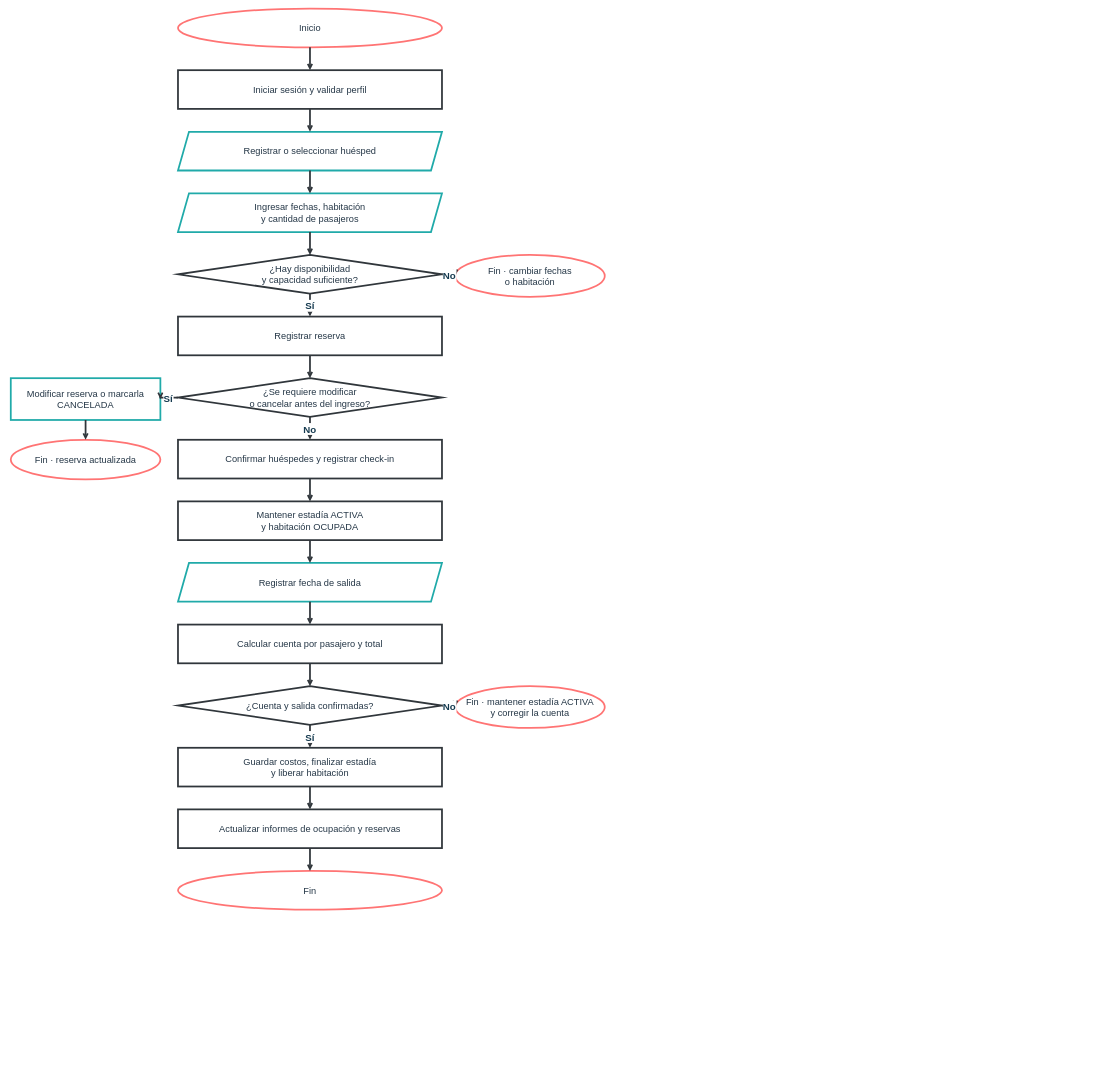
The draw.io diagram diagramas-editables/proceso-completo.drawio in Yutre3/hotel-duerme-bien, before the edit. Source tidied: cells renumbered, new cells numbered last; positions are measured from the earlier drawing's top-left corner, leaving out a move shared by most shapes. Both pictures are drawn from the tidied source at 44%, with x=0, y=0 at pixel (11, 8).
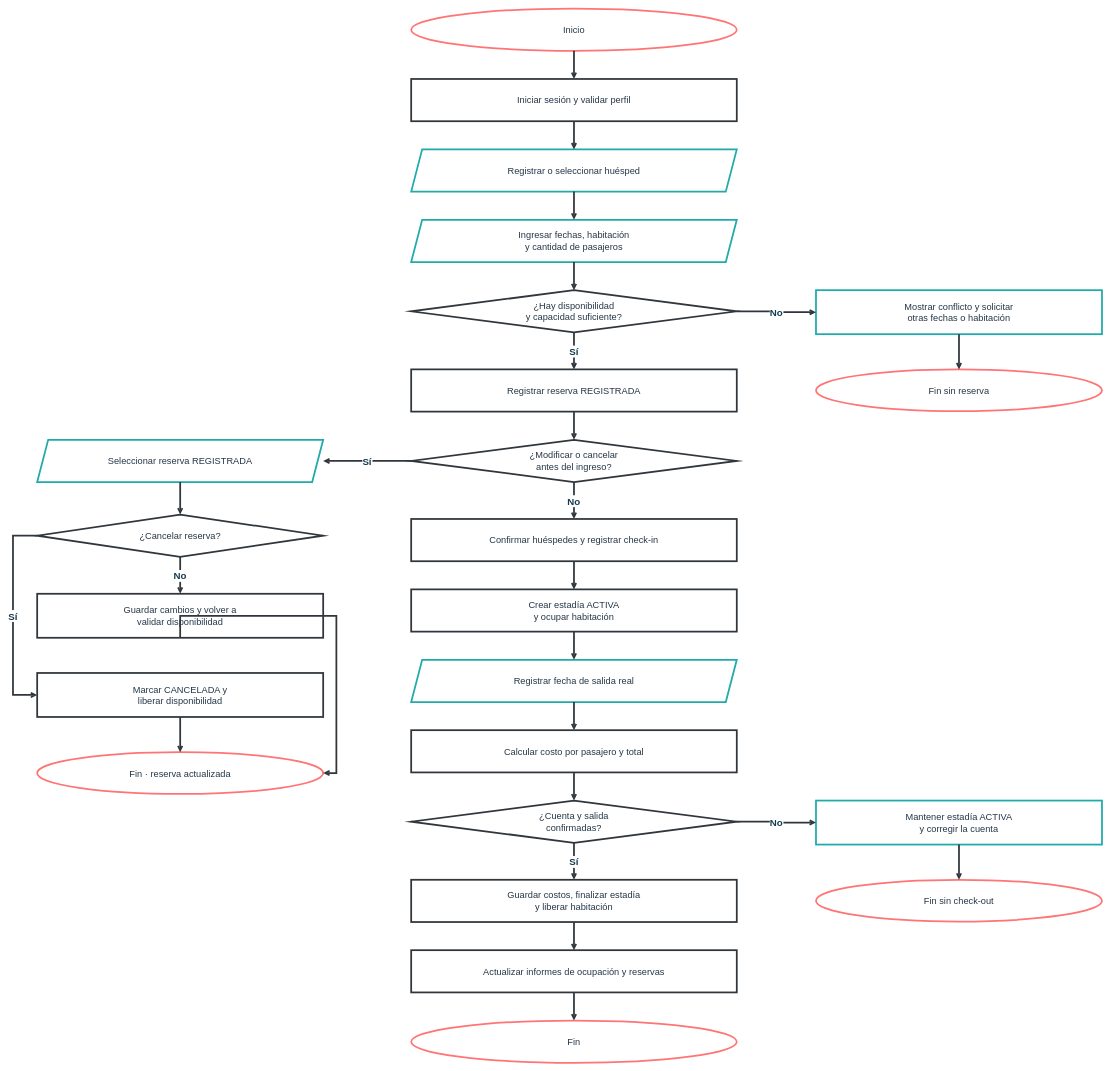
The same diagram, later.

The edit, as a diff of the source:
```diff
@@
     <mxCell id="2" value="Inicio" style="ellipse;html=0;whiteSpace=wrap;strokeColor=#ff7474;strokeWidth=4;fillColor=#ffffff;fontColor=#253747;fontSize=21;" parent="1" vertex="1">
-      <mxGeometry x="380" width="600" height="88" as="geometry" />
+      <mxGeometry x="910" width="740" height="96" as="geometry" />
     </mxCell>
     <mxCell id="3" value="Iniciar sesión y validar perfil" style="rounded=0;html=0;whiteSpace=wrap;strokeColor=#30363b;strokeWidth=4;fillColor=#ffffff;fontColor=#253747;fontSize=21;" parent="1" vertex="1">
-      <mxGeometry x="380" y="140" width="600" height="88" as="geometry" />
+      <mxGeometry x="910" y="160" width="740" height="96" as="geometry" />
     </mxCell>
     <mxCell id="4" value="Registrar o seleccionar huésped" style="shape=parallelogram;fixedSize=1;size=25;html=0;whiteSpace=wrap;strokeColor=#20aaa9;strokeWidth=4;fillColor=#ffffff;fontColor=#253747;fontSize=21;" parent="1" vertex="1">
-      <mxGeometry x="380" y="280" width="600" height="88" as="geometry" />
+      <mxGeometry x="910" y="320" width="740" height="96" as="geometry" />
     </mxCell>
     <mxCell id="5" value="Ingresar fechas, habitación&#10;y cantidad de pasajeros" style="shape=parallelogram;fixedSize=1;size=25;html=0;whiteSpace=wrap;strokeColor=#20aaa9;strokeWidth=4;fillColor=#ffffff;fontColor=#253747;fontSize=21;" parent="1" vertex="1">
-      <mxGeometry x="380" y="420" width="600" height="88" as="geometry" />
+      <mxGeometry x="910" y="480" width="740" height="96" as="geometry" />
     </mxCell>
     <mxCell id="6" value="¿Hay disponibilidad&#10;y capacidad suficiente?" style="rhombus;html=0;whiteSpace=wrap;strokeColor=#30363b;strokeWidth=4;fillColor=#ffffff;fontColor=#253747;fontSize=21;" parent="1" vertex="1">
-      <mxGeometry x="380" y="560" width="600" height="88" as="geometry" />
+      <mxGeometry x="910" y="640" width="740" height="96" as="geometry" />
     </mxCell>
-    <mxCell id="7" value="Registrar reserva" style="rounded=0;html=0;whiteSpace=wrap;strokeColor=#30363b;strokeWidth=4;fillColor=#ffffff;fontColor=#253747;fontSize=21;" parent="1" vertex="1">
-      <mxGeometry x="380" y="700" width="600" height="88" as="geometry" />
+    <mxCell id="7" value="Registrar reserva REGISTRADA" style="rounded=0;html=0;whiteSpace=wrap;strokeColor=#30363b;strokeWidth=4;fillColor=#ffffff;fontColor=#253747;fontSize=21;" parent="1" vertex="1">
+      <mxGeometry x="910" y="820" width="740" height="96" as="geometry" />
     </mxCell>
-    <mxCell id="8" value="¿Se requiere modificar&#10;o cancelar antes del ingreso?" style="rhombus;html=0;whiteSpace=wrap;strokeColor=#30363b;strokeWidth=4;fillColor=#ffffff;fontColor=#253747;fontSize=21;" parent="1" vertex="1">
-      <mxGeometry x="380" y="840" width="600" height="88" as="geometry" />
+    <mxCell id="8" value="¿Modificar o cancelar&#10;antes del ingreso?" style="rhombus;html=0;whiteSpace=wrap;strokeColor=#30363b;strokeWidth=4;fillColor=#ffffff;fontColor=#253747;fontSize=21;" parent="1" vertex="1">
+      <mxGeometry x="910" y="980" width="740" height="96" as="geometry" />
     </mxCell>
     <mxCell id="9" value="Confirmar huéspedes y registrar check-in" style="rounded=0;html=0;whiteSpace=wrap;strokeColor=#30363b;strokeWidth=4;fillColor=#ffffff;fontColor=#253747;fontSize=21;" parent="1" vertex="1">
-      <mxGeometry x="380" y="980" width="600" height="88" as="geometry" />
+      <mxGeometry x="910" y="1160" width="740" height="96" as="geometry" />
     </mxCell>
-    <mxCell id="10" value="Mantener estadía ACTIVA&#10;y habitación OCUPADA" style="rounded=0;html=0;whiteSpace=wrap;strokeColor=#30363b;strokeWidth=4;fillColor=#ffffff;fontColor=#253747;fontSize=21;" parent="1" vertex="1">
-      <mxGeometry x="380" y="1120" width="600" height="88" as="geometry" />
+    <mxCell id="10" value="Crear estadía ACTIVA&#10;y ocupar habitación" style="rounded=0;html=0;whiteSpace=wrap;strokeColor=#30363b;strokeWidth=4;fillColor=#ffffff;fontColor=#253747;fontSize=21;" parent="1" vertex="1">
+      <mxGeometry x="910" y="1320" width="740" height="96" as="geometry" />
     </mxCell>
-    <mxCell id="11" value="Registrar fecha de salida" style="shape=parallelogram;fixedSize=1;size=25;html=0;whiteSpace=wrap;strokeColor=#20aaa9;strokeWidth=4;fillColor=#ffffff;fontColor=#253747;fontSize=21;" parent="1" vertex="1">
-      <mxGeometry x="380" y="1260" width="600" height="88" as="geometry" />
+    <mxCell id="11" value="Registrar fecha de salida real" style="shape=parallelogram;fixedSize=1;size=25;html=0;whiteSpace=wrap;strokeColor=#20aaa9;strokeWidth=4;fillColor=#ffffff;fontColor=#253747;fontSize=21;" parent="1" vertex="1">
+      <mxGeometry x="910" y="1480" width="740" height="96" as="geometry" />
     </mxCell>
-    <mxCell id="12" value="Calcular cuenta por pasajero y total" style="rounded=0;html=0;whiteSpace=wrap;strokeColor=#30363b;strokeWidth=4;fillColor=#ffffff;fontColor=#253747;fontSize=21;" parent="1" vertex="1">
-      <mxGeometry x="380" y="1400" width="600" height="88" as="geometry" />
+    <mxCell id="12" value="Calcular costo por pasajero y total" style="rounded=0;html=0;whiteSpace=wrap;strokeColor=#30363b;strokeWidth=4;fillColor=#ffffff;fontColor=#253747;fontSize=21;" parent="1" vertex="1">
+      <mxGeometry x="910" y="1640" width="740" height="96" as="geometry" />
     </mxCell>
-    <mxCell id="13" value="¿Cuenta y salida confirmadas?" style="rhombus;html=0;whiteSpace=wrap;strokeColor=#30363b;strokeWidth=4;fillColor=#ffffff;fontColor=#253747;fontSize=21;" parent="1" vertex="1">
-      <mxGeometry x="380" y="1540" width="600" height="88" as="geometry" />
+    <mxCell id="13" value="¿Cuenta y salida&#10;confirmadas?" style="rhombus;html=0;whiteSpace=wrap;strokeColor=#30363b;strokeWidth=4;fillColor=#ffffff;fontColor=#253747;fontSize=21;" parent="1" vertex="1">
+      <mxGeometry x="910" y="1800" width="740" height="96" as="geometry" />
     </mxCell>
     <mxCell id="14" value="Guardar costos, finalizar estadía&#10;y liberar habitación" style="rounded=0;html=0;whiteSpace=wrap;strokeColor=#30363b;strokeWidth=4;fillColor=#ffffff;fontColor=#253747;fontSize=21;" parent="1" vertex="1">
-      <mxGeometry x="380" y="1680" width="600" height="88" as="geometry" />
+      <mxGeometry x="910" y="1980" width="740" height="96" as="geometry" />
     </mxCell>
     <mxCell id="15" value="Actualizar informes de ocupación y reservas" style="rounded=0;html=0;whiteSpace=wrap;strokeColor=#30363b;strokeWidth=4;fillColor=#ffffff;fontColor=#253747;fontSize=21;" parent="1" vertex="1">
-      <mxGeometry x="380" y="1820" width="600" height="88" as="geometry" />
+      <mxGeometry x="910" y="2140" width="740" height="96" as="geometry" />
     </mxCell>
     <mxCell id="16" value="Fin" style="ellipse;html=0;whiteSpace=wrap;strokeColor=#ff7474;strokeWidth=4;fillColor=#ffffff;fontColor=#253747;fontSize=21;" parent="1" vertex="1">
-      <mxGeometry x="380" y="1960" width="600" height="88" as="geometry" />
+      <mxGeometry x="910" y="2300" width="740" height="96" as="geometry" />
     </mxCell>
-    <mxCell id="17" value="Fin · cambiar fechas&#10;o habitación" style="ellipse;html=0;whiteSpace=wrap;strokeColor=#ff7474;strokeWidth=4;fillColor=#ffffff;fontColor=#253747;fontSize=21;" parent="1" vertex="1">
-      <mxGeometry x="1010" y="560" width="340" height="95" as="geometry" />
-    </mxCell>
+    <mxCell id="39" value="Mostrar conflicto y solicitar&#10;otras fechas o habitación" style="rounded=0;html=0;whiteSpace=wrap;strokeColor=#20aaa9;strokeWidth=4;fillColor=#ffffff;fontColor=#253747;fontSize=21;" parent="1" vertex="1">
+      <mxGeometry x="1830" y="640" width="650" height="100" as="geometry" />
+    </mxCell>
+    <mxCell id="40" value="Fin sin reserva" style="ellipse;html=0;whiteSpace=wrap;strokeColor=#ff7474;strokeWidth=4;fillColor=#ffffff;fontColor=#253747;fontSize=21;" parent="1" vertex="1">
+      <mxGeometry x="1830" y="820" width="650" height="95" as="geometry" />
+    </mxCell>
-    <mxCell id="18" value="Modificar reserva o marcarla&#10;CANCELADA" style="rounded=0;html=0;whiteSpace=wrap;strokeColor=#20aaa9;strokeWidth=4;fillColor=#ffffff;fontColor=#253747;fontSize=21;" parent="1" vertex="1">
-      <mxGeometry y="840" width="340" height="95" as="geometry" />
+    <mxCell id="18" value="Seleccionar reserva REGISTRADA" style="shape=parallelogram;fixedSize=1;size=25;html=0;whiteSpace=wrap;strokeColor=#20aaa9;strokeWidth=4;fillColor=#ffffff;fontColor=#253747;fontSize=21;" parent="1" vertex="1">
+      <mxGeometry x="60" y="980" width="650" height="96" as="geometry" />
     </mxCell>
+    <mxCell id="41" value="¿Cancelar reserva?" style="rhombus;html=0;whiteSpace=wrap;strokeColor=#30363b;strokeWidth=4;fillColor=#ffffff;fontColor=#253747;fontSize=21;" parent="1" vertex="1">
+      <mxGeometry x="60" y="1150" width="650" height="96" as="geometry" />
+    </mxCell>
+    <mxCell id="42" value="Guardar cambios y volver a&#10;validar disponibilidad" style="rounded=0;html=0;whiteSpace=wrap;strokeColor=#30363b;strokeWidth=4;fillColor=#ffffff;fontColor=#253747;fontSize=21;" parent="1" vertex="1">
+      <mxGeometry x="60" y="1330" width="650" height="100" as="geometry" />
+    </mxCell>
+    <mxCell id="43" value="Marcar CANCELADA y&#10;liberar disponibilidad" style="rounded=0;html=0;whiteSpace=wrap;strokeColor=#30363b;strokeWidth=4;fillColor=#ffffff;fontColor=#253747;fontSize=21;" parent="1" vertex="1">
+      <mxGeometry x="60" y="1510" width="650" height="100" as="geometry" />
+    </mxCell>
     <mxCell id="19" value="Fin · reserva actualizada" style="ellipse;html=0;whiteSpace=wrap;strokeColor=#ff7474;strokeWidth=4;fillColor=#ffffff;fontColor=#253747;fontSize=21;" parent="1" vertex="1">
-      <mxGeometry y="980" width="340" height="90" as="geometry" />
+      <mxGeometry x="60" y="1690" width="650" height="95" as="geometry" />
     </mxCell>
-    <mxCell id="20" value="Fin · mantener estadía ACTIVA&#10;y corregir la cuenta" style="ellipse;html=0;whiteSpace=wrap;strokeColor=#ff7474;strokeWidth=4;fillColor=#ffffff;fontColor=#253747;fontSize=21;" parent="1" vertex="1">
-      <mxGeometry x="1010" y="1540" width="340" height="95" as="geometry" />
-    </mxCell>
+    <mxCell id="44" value="Mantener estadía ACTIVA&#10;y corregir la cuenta" style="rounded=0;html=0;whiteSpace=wrap;strokeColor=#20aaa9;strokeWidth=4;fillColor=#ffffff;fontColor=#253747;fontSize=21;" parent="1" vertex="1">
+      <mxGeometry x="1830" y="1800" width="650" height="100" as="geometry" />
+    </mxCell>
+    <mxCell id="45" value="Fin sin check-out" style="ellipse;html=0;whiteSpace=wrap;strokeColor=#ff7474;strokeWidth=4;fillColor=#ffffff;fontColor=#253747;fontSize=21;" parent="1" vertex="1">
+      <mxGeometry x="1830" y="1980" width="650" height="95" as="geometry" />
+    </mxCell>
@@
-    <mxCell id="35" value="No" style="html=0;edgeStyle=orthogonalEdgeStyle;jettySize=32;rounded=0;strokeWidth=4;strokeColor=#30363b;fontSize=22;fontStyle=1;fontColor=#163b50;labelBackgroundColor=#ffffff;endArrow=open;endFill=0;startArrow=none;startFill=0;exitX=1;exitY=0.5;exitPerimeter=0;entryX=0;entryY=0.5;entryPerimeter=0;" parent="1" edge="1" source="6" target="17">
+    <mxCell id="35" value="No" style="html=0;edgeStyle=orthogonalEdgeStyle;jettySize=32;rounded=0;strokeWidth=4;strokeColor=#30363b;fontSize=22;fontStyle=1;fontColor=#163b50;labelBackgroundColor=#ffffff;endArrow=open;endFill=0;startArrow=none;startFill=0;exitX=1;exitY=0.5;exitPerimeter=0;entryX=0;entryY=0.5;entryPerimeter=0;" parent="1" edge="1" source="6" target="39">
       <mxGeometry relative="1" as="geometry" />
     </mxCell>
-    <mxCell id="36" value="Sí" style="html=0;edgeStyle=orthogonalEdgeStyle;jettySize=32;rounded=0;strokeWidth=4;strokeColor=#30363b;fontSize=22;fontStyle=1;fontColor=#163b50;labelBackgroundColor=#ffffff;endArrow=open;endFill=0;startArrow=none;startFill=0;exitX=0;exitY=0.5;exitPerimeter=0;entryX=1;entryY=0.5;entryPerimeter=0;" parent="1" edge="1" source="8" target="18">
+    <mxCell id="36" style="html=0;edgeStyle=orthogonalEdgeStyle;jettySize=32;rounded=0;strokeWidth=4;strokeColor=#30363b;fontSize=22;fontStyle=1;fontColor=#163b50;labelBackgroundColor=#ffffff;endArrow=open;endFill=0;startArrow=none;startFill=0;exitX=0.5;exitY=1;exitPerimeter=0;entryX=0.5;entryY=0;entryPerimeter=0;" parent="1" edge="1" source="39" target="40">
       <mxGeometry relative="1" as="geometry" />
     </mxCell>
-    <mxCell id="37" style="html=0;edgeStyle=orthogonalEdgeStyle;jettySize=32;rounded=0;strokeWidth=4;strokeColor=#30363b;fontSize=22;fontStyle=1;fontColor=#163b50;labelBackgroundColor=#ffffff;endArrow=open;endFill=0;startArrow=none;startFill=0;exitX=0.5;exitY=1;exitPerimeter=0;entryX=0.5;entryY=0;entryPerimeter=0;" parent="1" edge="1" source="18" target="19">
+    <mxCell id="37" value="Sí" style="html=0;edgeStyle=orthogonalEdgeStyle;jettySize=32;rounded=0;strokeWidth=4;strokeColor=#30363b;fontSize=22;fontStyle=1;fontColor=#163b50;labelBackgroundColor=#ffffff;endArrow=open;endFill=0;startArrow=none;startFill=0;exitX=0;exitY=0.5;exitPerimeter=0;entryX=1;entryY=0.5;entryPerimeter=0;" parent="1" edge="1" source="8" target="18">
       <mxGeometry relative="1" as="geometry" />
     </mxCell>
-    <mxCell id="38" value="No" style="html=0;edgeStyle=orthogonalEdgeStyle;jettySize=32;rounded=0;strokeWidth=4;strokeColor=#30363b;fontSize=22;fontStyle=1;fontColor=#163b50;labelBackgroundColor=#ffffff;endArrow=open;endFill=0;startArrow=none;startFill=0;exitX=1;exitY=0.5;exitPerimeter=0;entryX=0;entryY=0.5;entryPerimeter=0;" parent="1" edge="1" source="13" target="20">
+    <mxCell id="38" style="html=0;edgeStyle=orthogonalEdgeStyle;jettySize=32;rounded=0;strokeWidth=4;strokeColor=#30363b;fontSize=22;fontStyle=1;fontColor=#163b50;labelBackgroundColor=#ffffff;endArrow=open;endFill=0;startArrow=none;startFill=0;exitX=0.5;exitY=1;exitPerimeter=0;entryX=0.5;entryY=0;entryPerimeter=0;" parent="1" edge="1" source="18" target="41">
       <mxGeometry relative="1" as="geometry" />
     </mxCell>
+    <mxCell id="46" value="No" style="html=0;edgeStyle=orthogonalEdgeStyle;jettySize=32;rounded=0;strokeWidth=4;strokeColor=#30363b;fontSize=22;fontStyle=1;fontColor=#163b50;labelBackgroundColor=#ffffff;endArrow=open;endFill=0;startArrow=none;startFill=0;exitX=0.5;exitY=1;exitPerimeter=0;entryX=0.5;entryY=0;entryPerimeter=0;" parent="1" edge="1" source="41" target="42">
+      <mxGeometry relative="1" as="geometry" />
+    </mxCell>
+    <mxCell id="47" value="Sí" style="html=0;edgeStyle=orthogonalEdgeStyle;jettySize=32;rounded=0;strokeWidth=4;strokeColor=#30363b;fontSize=22;fontStyle=1;fontColor=#163b50;labelBackgroundColor=#ffffff;endArrow=open;endFill=0;startArrow=none;startFill=0;exitX=0;exitY=0.5;exitPerimeter=0;entryX=0;entryY=0.5;entryPerimeter=0;" parent="1" edge="1" source="41" target="43">
+      <mxGeometry relative="1" as="geometry">
+        <Array as="points">
+          <mxPoint x="5" y="1198" />
+          <mxPoint x="5" y="1560" />
+        </Array>
+      </mxGeometry>
+    </mxCell>
+    <mxCell id="48" style="html=0;edgeStyle=orthogonalEdgeStyle;jettySize=32;rounded=0;strokeWidth=4;strokeColor=#30363b;fontSize=22;fontStyle=1;fontColor=#163b50;labelBackgroundColor=#ffffff;endArrow=open;endFill=0;startArrow=none;startFill=0;exitX=0.5;exitY=1;exitPerimeter=0;entryX=1;entryY=0.5;entryPerimeter=0;" parent="1" edge="1" source="42" target="19">
+      <mxGeometry relative="1" as="geometry">
+        <Array as="points">
+          <mxPoint x="740" y="1380" />
+          <mxPoint x="740" y="1738" />
+        </Array>
+      </mxGeometry>
+    </mxCell>
+    <mxCell id="49" style="html=0;edgeStyle=orthogonalEdgeStyle;jettySize=32;rounded=0;strokeWidth=4;strokeColor=#30363b;fontSize=22;fontStyle=1;fontColor=#163b50;labelBackgroundColor=#ffffff;endArrow=open;endFill=0;startArrow=none;startFill=0;exitX=0.5;exitY=1;exitPerimeter=0;entryX=0.5;entryY=0;entryPerimeter=0;" parent="1" edge="1" source="43" target="19">
+      <mxGeometry relative="1" as="geometry" />
+    </mxCell>
+    <mxCell id="50" value="No" style="html=0;edgeStyle=orthogonalEdgeStyle;jettySize=32;rounded=0;strokeWidth=4;strokeColor=#30363b;fontSize=22;fontStyle=1;fontColor=#163b50;labelBackgroundColor=#ffffff;endArrow=open;endFill=0;startArrow=none;startFill=0;exitX=1;exitY=0.5;exitPerimeter=0;entryX=0;entryY=0.5;entryPerimeter=0;" parent="1" edge="1" source="13" target="44">
+      <mxGeometry relative="1" as="geometry" />
+    </mxCell>
+    <mxCell id="51" style="html=0;edgeStyle=orthogonalEdgeStyle;jettySize=32;rounded=0;strokeWidth=4;strokeColor=#30363b;fontSize=22;fontStyle=1;fontColor=#163b50;labelBackgroundColor=#ffffff;endArrow=open;endFill=0;startArrow=none;startFill=0;exitX=0.5;exitY=1;exitPerimeter=0;entryX=0.5;entryY=0;entryPerimeter=0;" parent="1" edge="1" source="44" target="45">
+      <mxGeometry relative="1" as="geometry" />
+    </mxCell>
```
